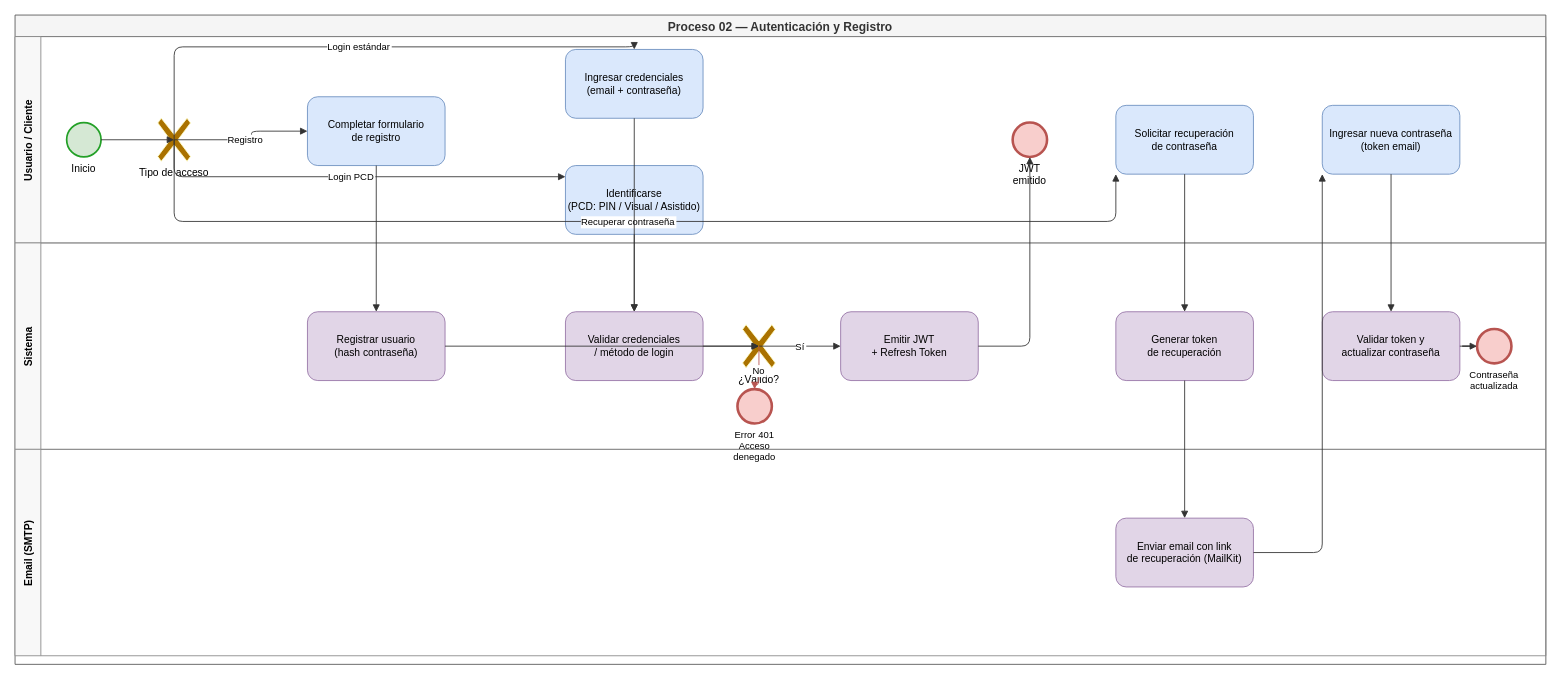
Earlier version of the draw.io diagram Process/BPMN/02-autenticacion-registro.drawio (Sacha-html/InclusiON). Source tidied: cells renumbered, new cells numbered last; positions are measured from the earlier drawing's top-left corner, leaving out a move shared by most shapes. Both pictures are drawn from the tidied source at 86%, with x=0, y=0 at pixel (15, 15).
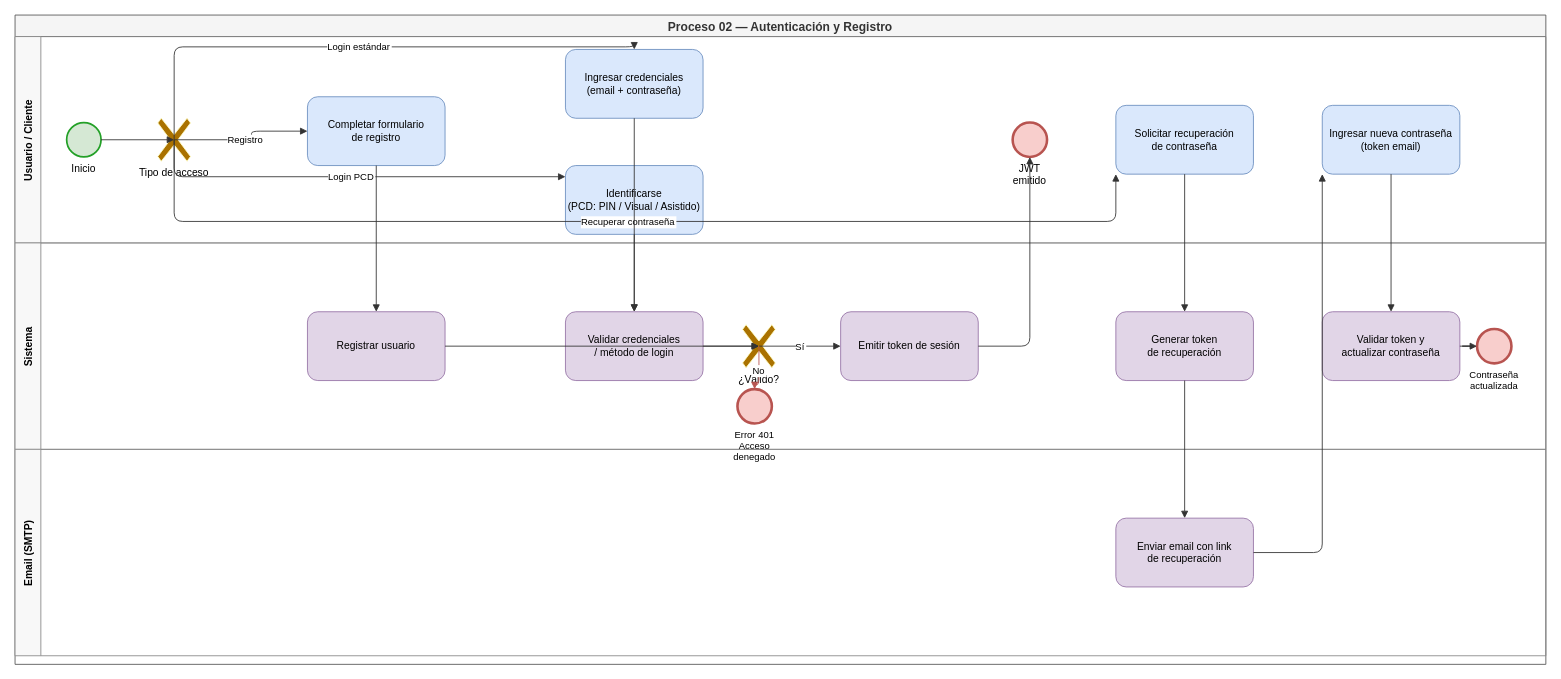
After the change.

Unchanged cells that the change refers to:
```xml
<mxCell id="4" value="Sistema" style="swimlane;startSize=30;horizontal=0;fillColor=#f8f8f8;strokeColor=#888888;fontStyle=1;fontSize=12;" parent="2" vertex="1">
  <mxGeometry y="265" width="1780" height="240" as="geometry" />
</mxCell>
<mxCell id="5" value="Email (SMTP)" style="swimlane;startSize=30;horizontal=0;fillColor=#f8f8f8;strokeColor=#888888;fontStyle=1;fontSize=12;" parent="2" vertex="1">
  <mxGeometry y="505" width="1780" height="240" as="geometry" />
</mxCell>
```

Diff of the diagram source:
```diff
@@
-    <mxCell id="14" value="Registrar usuario&#10;(hash contraseña)" style="rounded=1;whiteSpace=wrap;html=1;verticalAlign=middle;fillColor=#e1d5e7;strokeColor=#9673a6;fontSize=12;align=center;" parent="4" vertex="1">
+    <mxCell id="14" value="Registrar usuario" style="rounded=1;whiteSpace=wrap;html=1;verticalAlign=middle;fillColor=#e1d5e7;strokeColor=#9673a6;fontSize=12;align=center;" parent="4" vertex="1">
       <mxGeometry x="340" y="80" width="160" height="80" as="geometry" />
     </mxCell>
@@
-    <mxCell id="18" value="Emitir JWT&#10;+ Refresh Token" style="rounded=1;whiteSpace=wrap;html=1;verticalAlign=middle;fillColor=#e1d5e7;strokeColor=#9673a6;fontSize=12;align=center;" parent="4" vertex="1">
+    <mxCell id="18" value="Emitir token de sesión" style="rounded=1;whiteSpace=wrap;html=1;verticalAlign=middle;fillColor=#e1d5e7;strokeColor=#9673a6;fontSize=12;align=center;" parent="4" vertex="1">
       <mxGeometry x="960" y="80" width="160" height="80" as="geometry" />
     </mxCell>
@@
-    <mxCell id="22" value="Enviar email con link&#10;de recuperación (MailKit)" style="rounded=1;whiteSpace=wrap;html=1;verticalAlign=middle;fillColor=#e1d5e7;strokeColor=#9673a6;fontSize=12;align=center;" parent="5" vertex="1">
+    <mxCell id="22" value="Enviar email con link&#10;de recuperación" style="rounded=1;whiteSpace=wrap;html=1;verticalAlign=middle;fillColor=#e1d5e7;strokeColor=#9673a6;fontSize=12;align=center;" parent="5" vertex="1">
       <mxGeometry x="1280" y="80" width="160" height="80" as="geometry" />
     </mxCell>
```
